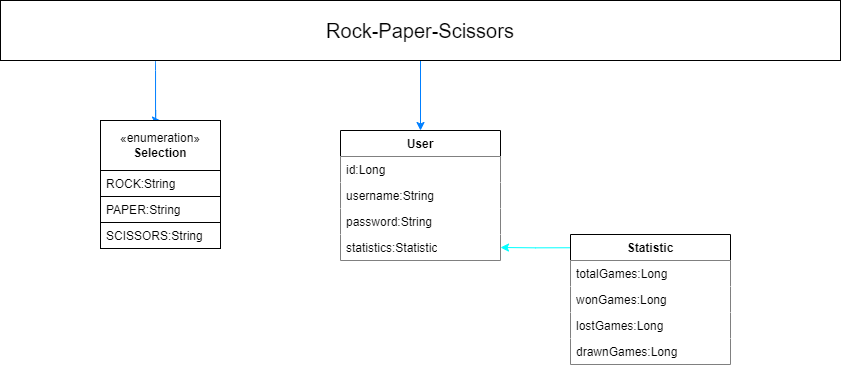
The draw.io diagram docs/Rock-Paper-Scissors.png in Volodymyr-Petrunin/Rock-Paper-Scissors, before a commit. Source tidied: cells renumbered, new cells last; positions are measured from the earlier drawing's top-left corner, leaving out a move shared by most shapes.
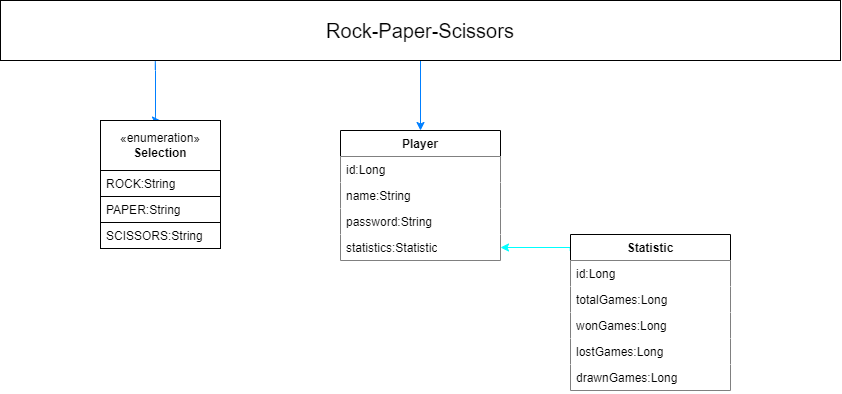
After the commit.

Change to the diagram source:
```diff
@@ -15,13 +15,13 @@
     <mxCell id="4" value="&lt;font style=&quot;font-size: 20px;&quot;&gt;Rock-Paper-Scissors&lt;/font&gt;" style="html=1;whiteSpace=wrap;" parent="1" vertex="1">
       <mxGeometry width="840" height="60" as="geometry" />
     </mxCell>
-    <mxCell id="5" value="User" style="swimlane;fontStyle=1;align=center;verticalAlign=top;horizontal=1;startSize=26;whiteSpace=wrap;html=1;gradientColor=none;" parent="1" vertex="1">
+    <mxCell id="5" value="Player" style="swimlane;fontStyle=1;align=center;verticalAlign=top;horizontal=1;startSize=26;whiteSpace=wrap;html=1;gradientColor=none;" parent="1" vertex="1">
       <mxGeometry x="340" y="130" width="160" height="130" as="geometry" />
     </mxCell>
     <mxCell id="6" value="id:Long" style="text;strokeColor=none;fillColor=default;align=left;verticalAlign=top;spacingLeft=4;spacingRight=4;overflow=hidden;whiteSpace=wrap;html=1;" parent="5" vertex="1">
       <mxGeometry y="26" width="160" height="26" as="geometry" />
     </mxCell>
-    <mxCell id="7" value="username:String" style="text;strokeColor=none;fillColor=default;align=left;verticalAlign=top;spacingLeft=4;spacingRight=4;overflow=hidden;whiteSpace=wrap;html=1;" parent="5" vertex="1">
+    <mxCell id="7" value="name:String" style="text;strokeColor=none;fillColor=default;align=left;verticalAlign=top;spacingLeft=4;spacingRight=4;overflow=hidden;whiteSpace=wrap;html=1;" parent="5" vertex="1">
       <mxGeometry y="52" width="160" height="26" as="geometry" />
     </mxCell>
     <mxCell id="8" value="password:String" style="text;strokeColor=none;fillColor=default;align=left;verticalAlign=top;spacingLeft=4;spacingRight=4;overflow=hidden;whiteSpace=wrap;html=1;" parent="5" vertex="1">
@@ -33,24 +33,27 @@
     <mxCell id="10" style="edgeStyle=orthogonalEdgeStyle;rounded=0;jettySize=auto;html=1;exitX=-0.002;exitY=0.102;exitDx=0;exitDy=0;entryX=1;entryY=0.5;entryDx=0;entryDy=0;exitPerimeter=0;strokeColor=#00FFFF;" parent="1" edge="1" source="11" target="9">
       <mxGeometry relative="1" as="geometry">
         <Array as="points">
-          <mxPoint x="535" y="247" />
+          <mxPoint x="570" y="247" />
         </Array>
       </mxGeometry>
     </mxCell>
     <mxCell id="11" value="Statistic" style="swimlane;fontStyle=1;align=center;verticalAlign=top;horizontal=1;startSize=26;whiteSpace=wrap;html=1;gradientColor=none;" parent="1" vertex="1">
-      <mxGeometry x="570" y="234" width="160" height="130" as="geometry" />
+      <mxGeometry x="570" y="234" width="160" height="156" as="geometry" />
     </mxCell>
+    <mxCell id="20" value="id:Long" style="text;strokeColor=none;fillColor=default;align=left;verticalAlign=top;spacingLeft=4;spacingRight=4;overflow=hidden;whiteSpace=wrap;html=1;" parent="11" vertex="1">
+      <mxGeometry y="26" width="160" height="26" as="geometry" />
+    </mxCell>
     <mxCell id="12" value="totalGames:Long" style="text;strokeColor=none;fillColor=default;align=left;verticalAlign=top;spacingLeft=4;spacingRight=4;overflow=hidden;whiteSpace=wrap;html=1;" parent="11" vertex="1">
-      <mxGeometry y="26" width="160" height="26" as="geometry" />
+      <mxGeometry y="52" width="160" height="26" as="geometry" />
     </mxCell>
     <mxCell id="13" value="wonGames:Long" style="text;strokeColor=none;fillColor=default;align=left;verticalAlign=top;spacingLeft=4;spacingRight=4;overflow=hidden;whiteSpace=wrap;html=1;" parent="11" vertex="1">
-      <mxGeometry y="52" width="160" height="26" as="geometry" />
+      <mxGeometry y="78" width="160" height="26" as="geometry" />
     </mxCell>
     <mxCell id="14" value="lostGames:Long" style="text;strokeColor=none;fillColor=default;align=left;verticalAlign=top;spacingLeft=4;spacingRight=4;overflow=hidden;whiteSpace=wrap;html=1;" parent="11" vertex="1">
-      <mxGeometry y="78" width="160" height="26" as="geometry" />
+      <mxGeometry y="104" width="160" height="26" as="geometry" />
     </mxCell>
     <mxCell id="15" value="drawnGames:Long" style="text;strokeColor=none;fillColor=default;align=left;verticalAlign=top;spacingLeft=4;spacingRight=4;overflow=hidden;whiteSpace=wrap;html=1;" parent="11" vertex="1">
-      <mxGeometry y="104" width="160" height="26" as="geometry" />
+      <mxGeometry y="130" width="160" height="26" as="geometry" />
     </mxCell>
     <mxCell id="16" value="«enumeration»&lt;br&gt;&lt;b&gt;Selection&lt;/b&gt;" style="html=1;whiteSpace=wrap;" parent="1" vertex="1">
       <mxGeometry x="100" y="120" width="120" height="50" as="geometry" />
```
